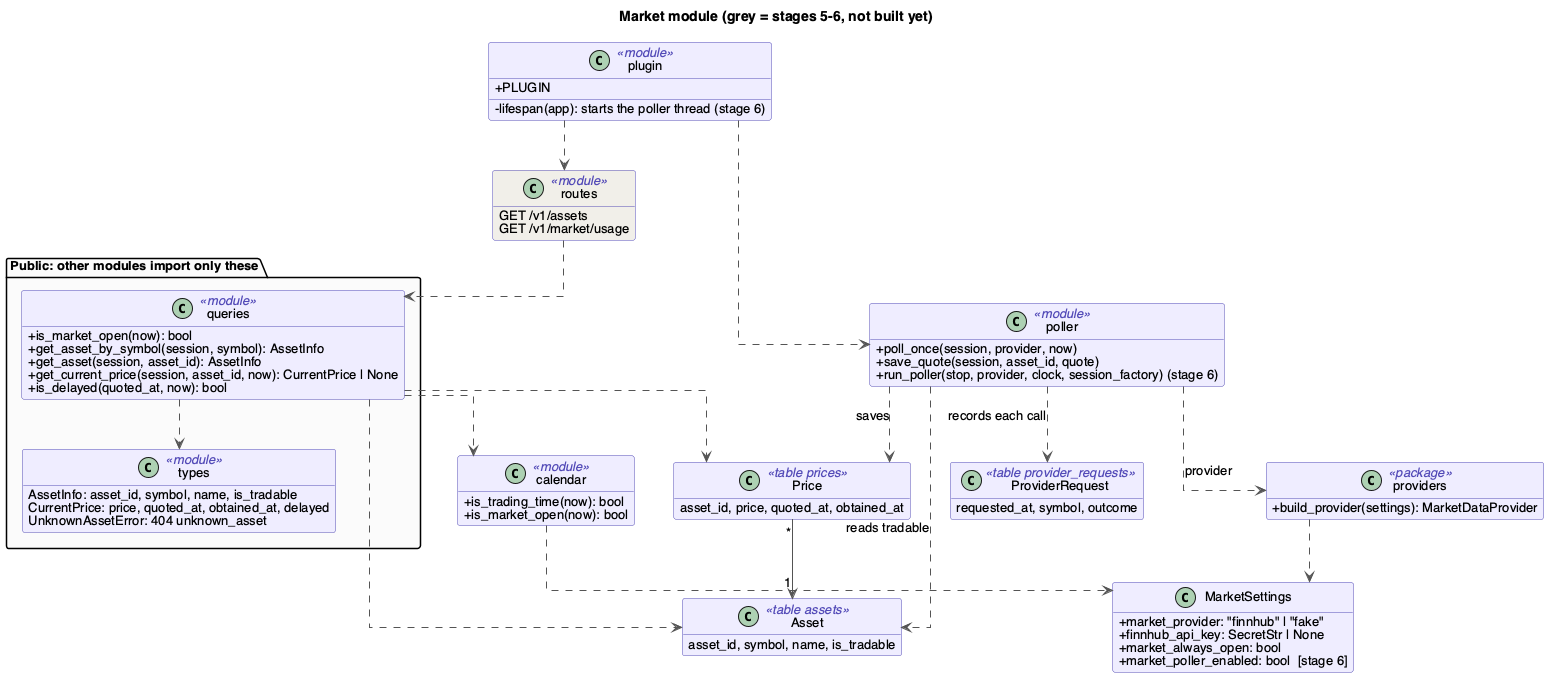
Above: docs/Design/SoftArchitecture/figures/market.png in davislenover/BurnNEarn (PlantUML), before the change.
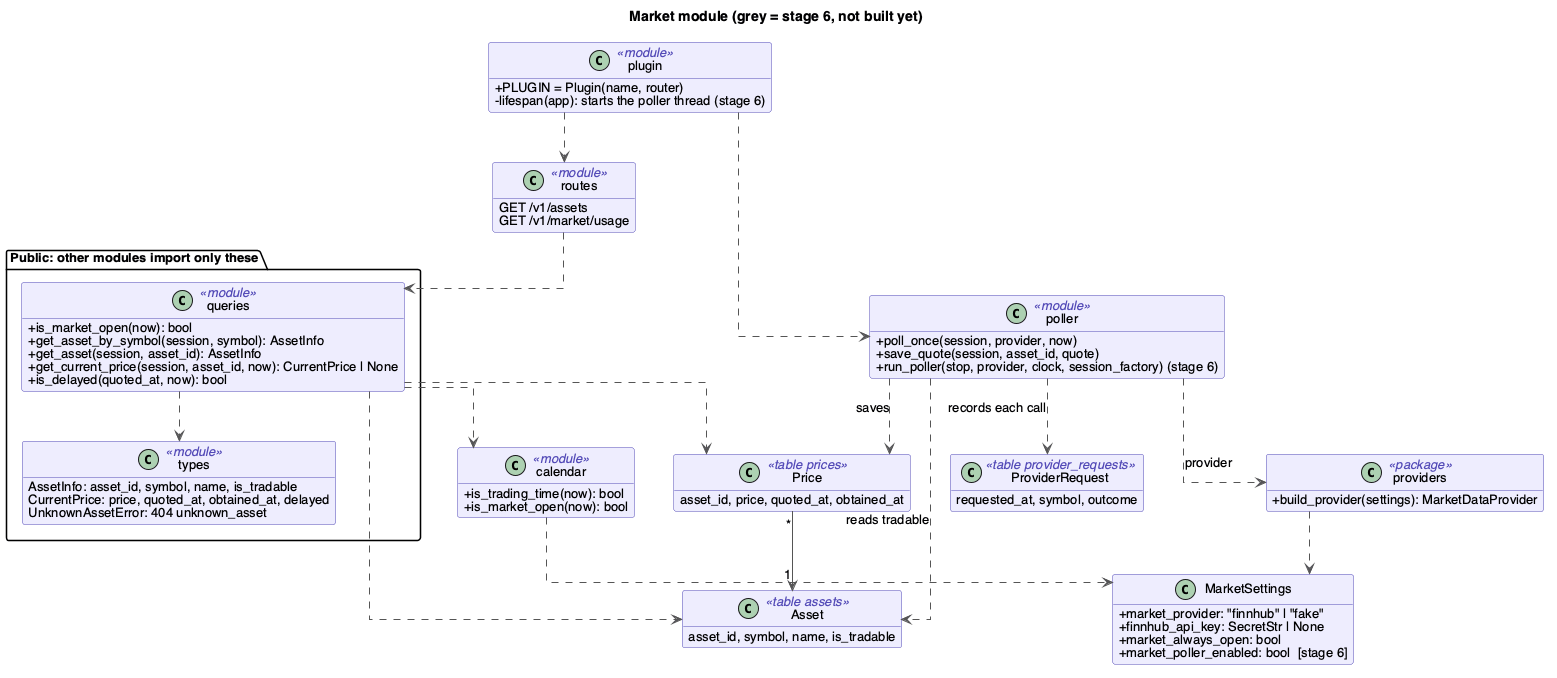
After the change.

Commit message:
Add GET /v1/assets and GET /v1/market/usage (#187)

What changed in the source:
```diff
@@ -1,6 +1,6 @@
 @startuml market
 !include style.iuml
-title Market module (grey = stages 5-6, not built yet)
+title Market module (grey = stage 6, not built yet)
 
 package "Public: other modules import only these" #FAFAFA {
   class queries <<module>> {
@@ -17,12 +17,12 @@
   }
 }
 
-class routes <<module>> #F1EFE8 {
+class routes <<module>> {
   GET /v1/assets
   GET /v1/market/usage
 }
 class plugin <<module>> {
-  +PLUGIN
+  +PLUGIN = Plugin(name, router)
   -lifespan(app): starts the poller thread (stage 6)
 }
 class poller <<module>> {
```
